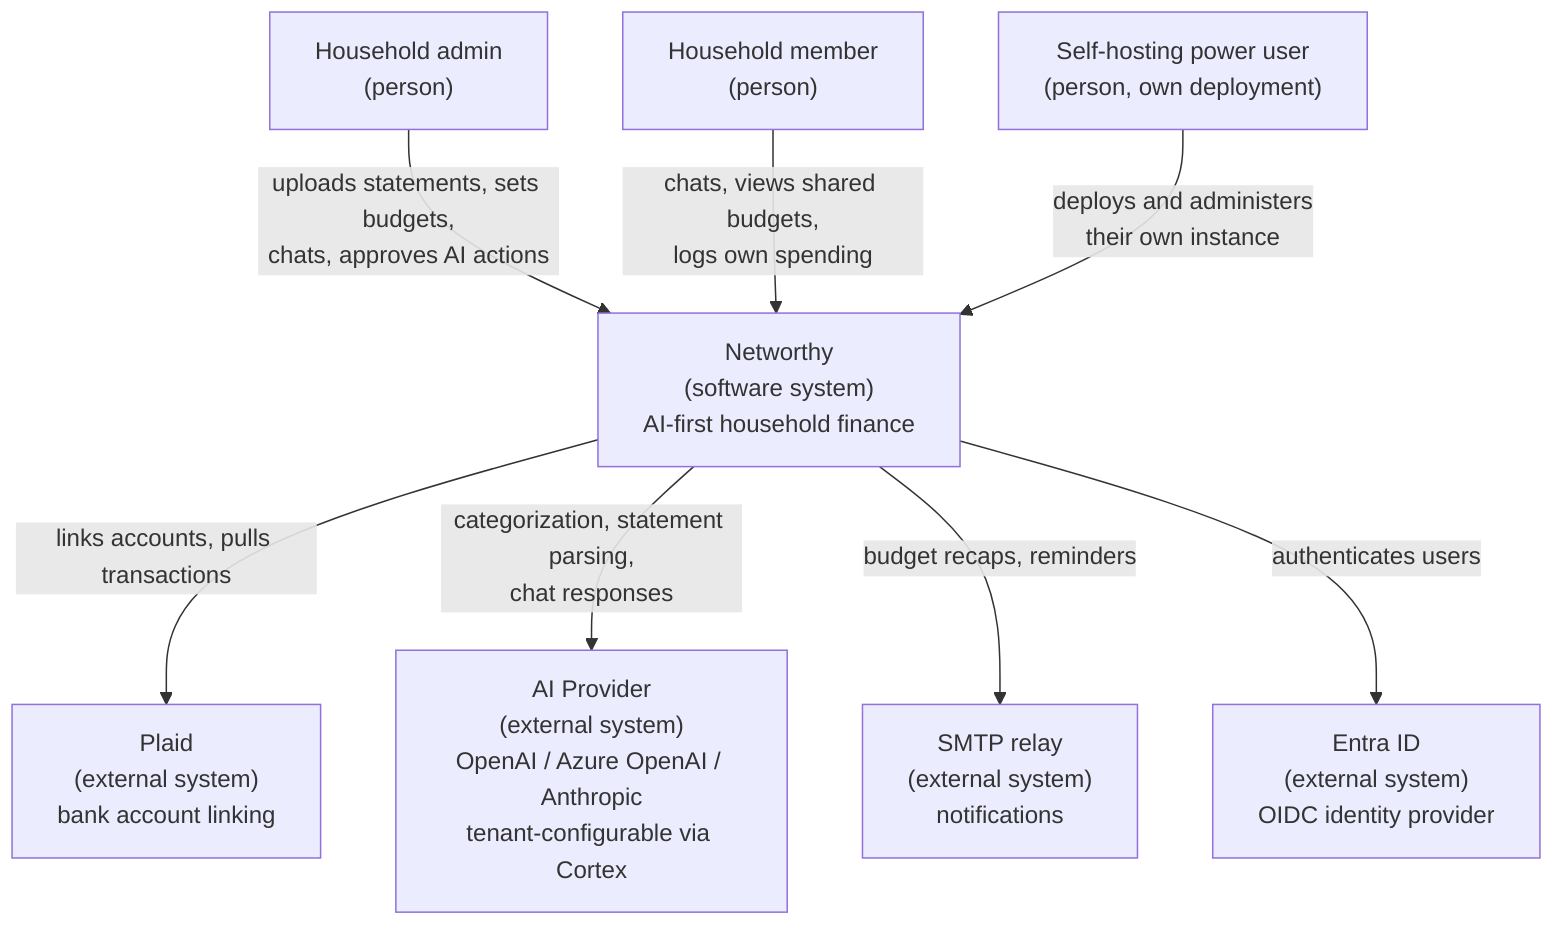
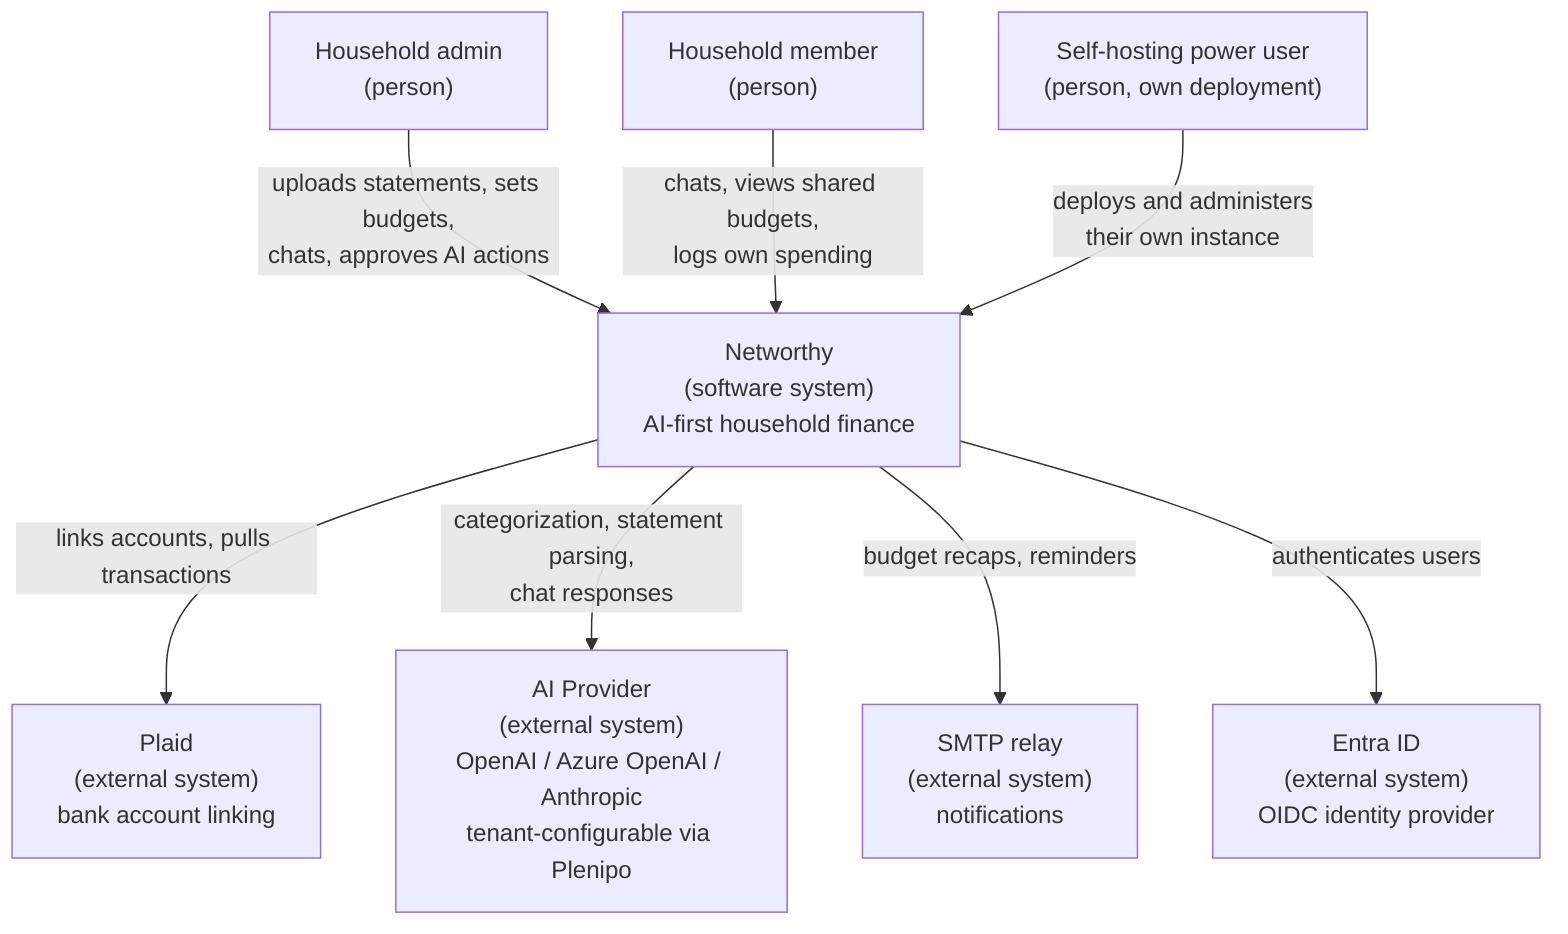
%% C4 Context (L1) — Networthy as a single box
graph TB
    admin["Household admin<br/>(person)"]
    member["Household member<br/>(person)"]
    selfhost["Self-hosting power user<br/>(person, own deployment)"]

    networthy["Networthy<br/>(software system)<br/>AI-first household finance"]

    plaid["Plaid<br/>(external system)<br/>bank account linking"]
-     ai["AI Provider<br/>(external system)<br/>OpenAI / Azure OpenAI / Anthropic<br/>tenant-configurable via Cortex"]
+     ai["AI Provider<br/>(external system)<br/>OpenAI / Azure OpenAI / Anthropic<br/>tenant-configurable via Plenipo"]
    smtp["SMTP relay<br/>(external system)<br/>notifications"]
    idp["Entra ID<br/>(external system)<br/>OIDC identity provider"]

    admin -->|uploads statements, sets budgets,<br/>chats, approves AI actions| networthy
    member -->|chats, views shared budgets,<br/>logs own spending| networthy
    selfhost -->|deploys and administers<br/>their own instance| networthy

    networthy -->|links accounts, pulls transactions| plaid
    networthy -->|categorization, statement parsing,<br/>chat responses| ai
    networthy -->|budget recaps, reminders| smtp
    networthy -->|authenticates users| idp
